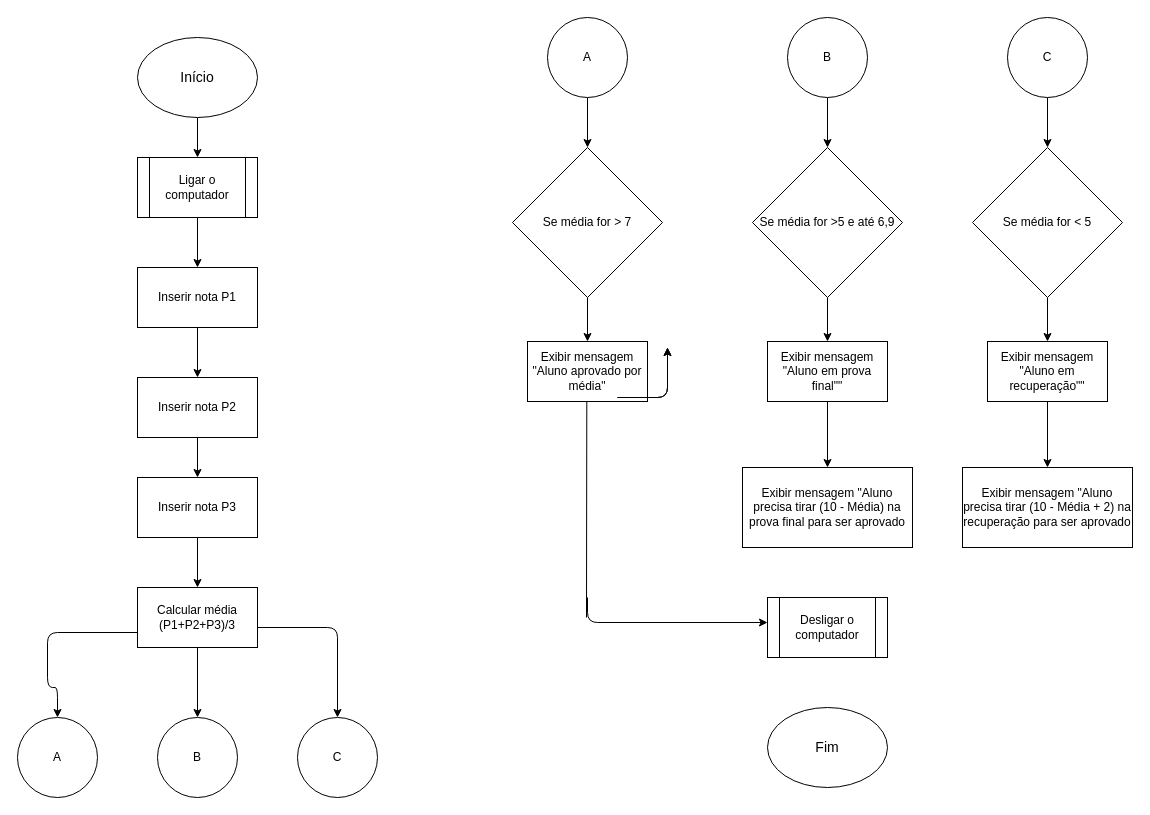
Before: Untitled Diagram.drawio in Bragoni/Fluxogramas-Anhanguera, a draw.io diagram. Source tidied: cells renumbered, new cells numbered last; positions are measured from the earlier drawing's top-left corner, leaving out a move shared by most shapes. Both pictures are drawn from the tidied source at 100%, with x=0, y=0 at pixel (17, 17).
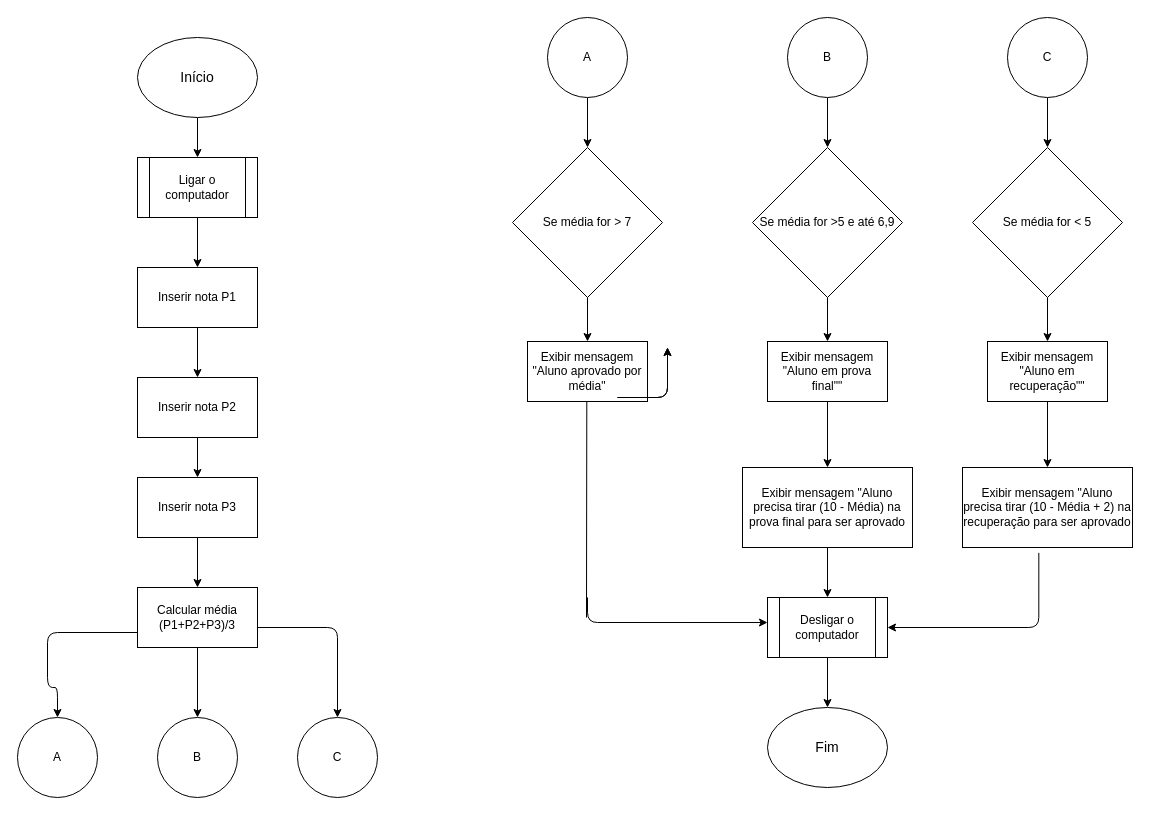
The same diagram, later.

Unchanged cells that the change refers to:
```xml
<mxCell id="34" value="Exibir mensagem &quot;Aluno precisa tirar (10 - Média) na prova final para ser aprovado" style="rounded=0;whiteSpace=wrap;html=1;" parent="1" vertex="1">
  <mxGeometry x="725" y="450" width="170" height="80" as="geometry" />
</mxCell>
<mxCell id="35" value="Exibir mensagem &quot;Aluno precisa tirar (10 - Média + 2) na recuperação para ser aprovado" style="rounded=0;whiteSpace=wrap;html=1;" parent="1" vertex="1">
  <mxGeometry x="945" y="450" width="170" height="80" as="geometry" />
</mxCell>
<mxCell id="36" value="Desligar o computador" style="shape=process;whiteSpace=wrap;html=1;backgroundOutline=1;" parent="1" vertex="1">
  <mxGeometry x="750" y="580" width="120" height="60" as="geometry" />
</mxCell>
<mxCell id="37" value="&lt;font style=&quot;font-size: 14px&quot;&gt;Fim&lt;/font&gt;" style="ellipse;whiteSpace=wrap;html=1;" parent="1" vertex="1">
  <mxGeometry x="750" y="690" width="120" height="80" as="geometry" />
</mxCell>
```

Diff of the diagram source:
```diff
@@
+    <mxCell id="44" style="edgeStyle=orthogonalEdgeStyle;rounded=0;jettySize=auto;html=1;" parent="1" edge="1" source="34" target="36">
+      <mxGeometry relative="1" as="geometry" />
+    </mxCell>
@@
+    <mxCell id="45" style="edgeStyle=orthogonalEdgeStyle;rounded=0;jettySize=auto;html=1;" parent="1" edge="1" source="36" target="37">
+      <mxGeometry relative="1" as="geometry" />
+    </mxCell>
@@
+    <mxCell id="46" style="edgeStyle=segmentEdgeStyle;endArrow=classic;html=1;entryX=1;entryY=0.5;entryDx=0;entryDy=0;exitX=0.449;exitY=1.067;exitDx=0;exitDy=0;exitPerimeter=0;" parent="1" edge="1" source="35" target="36">
+      <mxGeometry relative="1" as="geometry">
+        <Array as="points">
+          <mxPoint x="1021" y="610" />
+        </Array>
+      </mxGeometry>
+    </mxCell>
```
